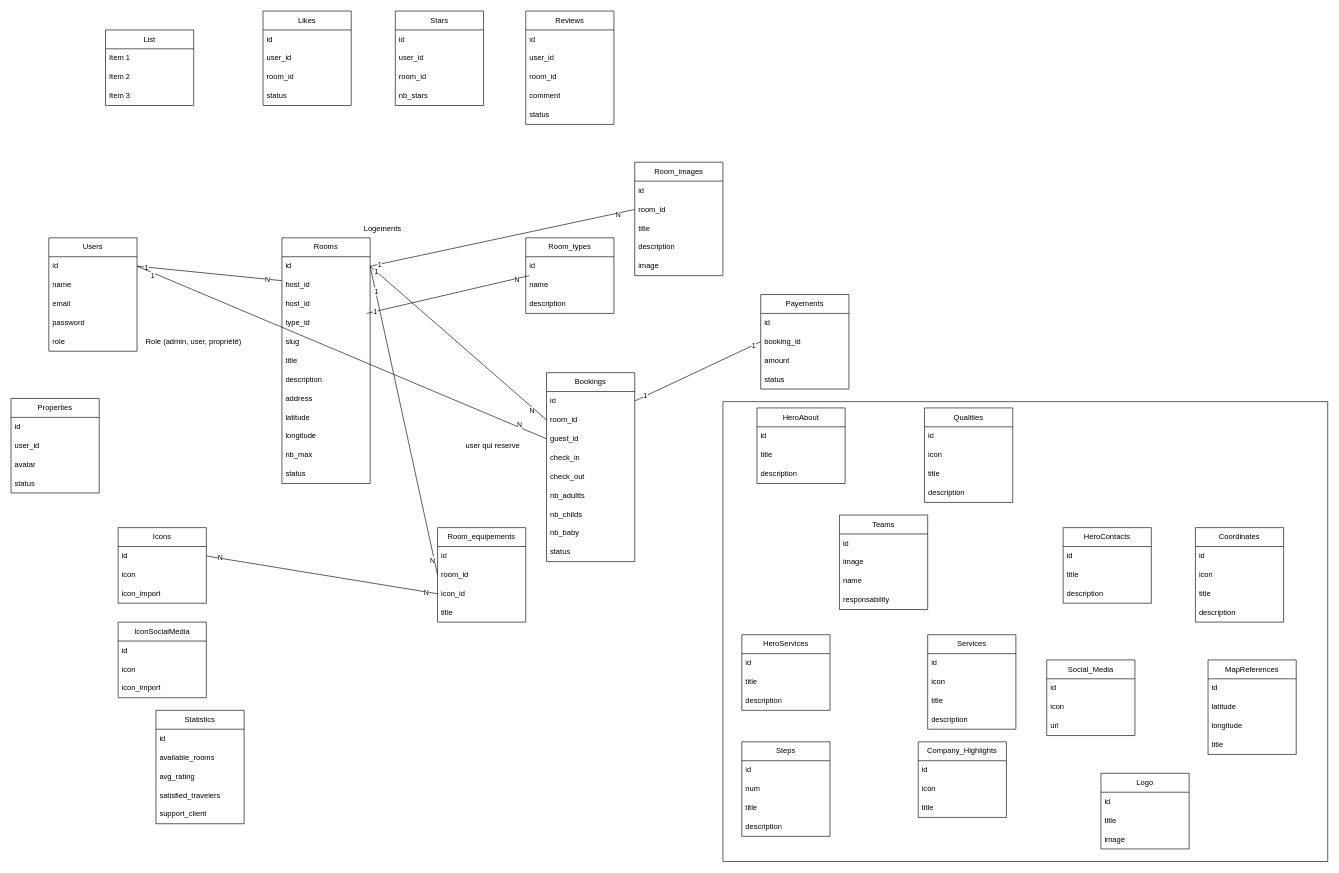
Earlier version of the draw.io diagram Annuaire.drawio (Arsene-Faly/Modelisation_bdd). Source tidied: cells renumbered, new cells numbered last; positions are measured from the earlier drawing's top-left corner, leaving out a move shared by most shapes. Both pictures are drawn from the tidied source at 63%, with x=0, y=0 at pixel (11, 11).
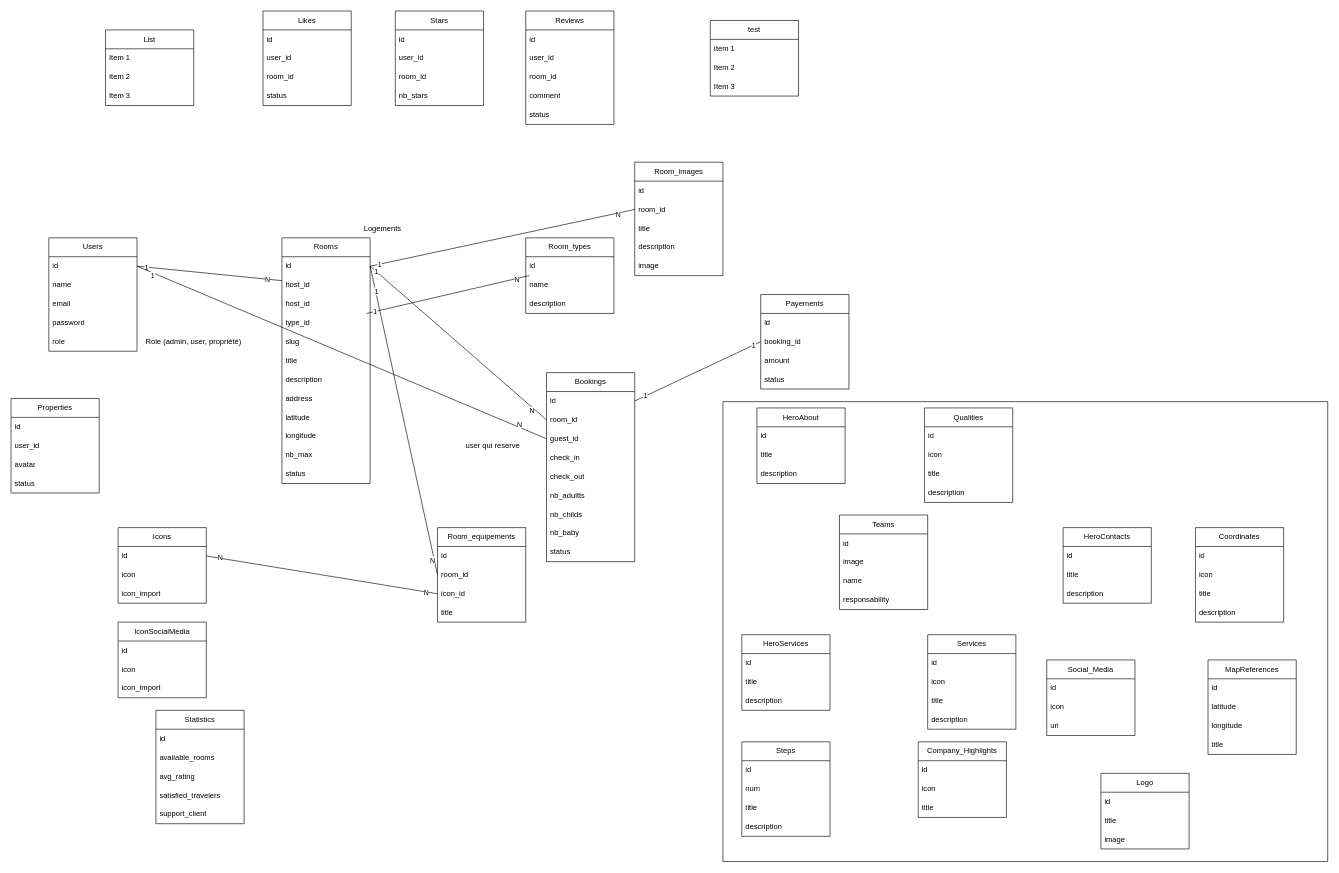
The same page after the edit.

What changed in the source:
```diff
@@
+    <mxCell id="172" value="test" style="swimlane;fontStyle=0;horizontal=1;startSize=30;whiteSpace=wrap;html=1;" parent="1" vertex="1">
+      <mxGeometry x="1110" y="15" width="140" height="120" as="geometry" />
+    </mxCell>
+    <mxCell id="173" value="Item 1" style="text;strokeColor=none;fillColor=none;align=left;verticalAlign=middle;spacingLeft=4;spacingRight=4;overflow=hidden;whiteSpace=wrap;html=1;" parent="172" vertex="1">
+      <mxGeometry y="30" width="140" height="30" as="geometry" />
+    </mxCell>
+    <mxCell id="174" value="Item 2" style="text;strokeColor=none;fillColor=none;align=left;verticalAlign=middle;spacingLeft=4;spacingRight=4;overflow=hidden;whiteSpace=wrap;html=1;" parent="172" vertex="1">
+      <mxGeometry y="60" width="140" height="30" as="geometry" />
+    </mxCell>
+    <mxCell id="175" value="Item 3" style="text;strokeColor=none;fillColor=none;align=left;verticalAlign=middle;spacingLeft=4;spacingRight=4;overflow=hidden;whiteSpace=wrap;html=1;" parent="172" vertex="1">
+      <mxGeometry y="90" width="140" height="30" as="geometry" />
+    </mxCell>
```
